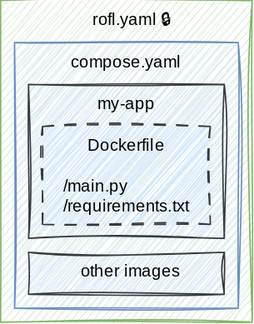
oasisprotocol/oasis-sdk keeps this draw.io diagram as docs/rofl/images/rofl-compose-app-wrap.svg. Above is the earlier version. Source tidied: cells renumbered, new cells last; positions are measured from the earlier drawing's top-left corner, leaving out a move shared by most shapes. The source it was exported from:
```xml
<mxGraphModel>
  <root>
    <mxCell id="0" />
    <mxCell id="1" parent="0" />
    <mxCell id="2" value="&amp;nbsp; &amp;nbsp;rofl.yaml 🔒" style="rounded=0;whiteSpace=wrap;html=1;verticalAlign=top;fillColor=#d5e8d4;strokeColor=#82b366;sketch=1;curveFitting=1;jiggle=2;fontFamily=Architects Daughter;fontSource=https%3A%2F%2Ffonts.googleapis.com%2Fcss%3Ffamily%3DArchitects%2BDaughter;" parent="1" vertex="1">
      <mxGeometry width="180" height="230" as="geometry" />
    </mxCell>
    <mxCell id="3" value="compose.yaml" style="rounded=0;whiteSpace=wrap;html=1;verticalAlign=top;fillColor=#dae8fc;strokeColor=#6c8ebf;sketch=1;curveFitting=1;jiggle=2;fontFamily=Architects Daughter;fontSource=https%3A%2F%2Ffonts.googleapis.com%2Fcss%3Ffamily%3DArchitects%2BDaughter;" parent="1" vertex="1">
      <mxGeometry x="10" y="30" width="160" height="190" as="geometry" />
    </mxCell>
    <mxCell id="4" value="my-app" style="rounded=0;whiteSpace=wrap;html=1;verticalAlign=top;fillColor=#cce5ff;strokeColor=#36393d;sketch=1;curveFitting=1;jiggle=2;fontFamily=Architects Daughter;fontSource=https%3A%2F%2Ffonts.googleapis.com%2Fcss%3Ffamily%3DArchitects%2BDaughter;" parent="1" vertex="1">
      <mxGeometry x="20" y="60" width="140" height="110" as="geometry" />
    </mxCell>
    <mxCell id="5" value="&amp;nbsp; other images" style="rounded=0;whiteSpace=wrap;html=1;verticalAlign=top;fillColor=#cce5ff;strokeColor=#36393d;sketch=1;curveFitting=1;jiggle=2;fontFamily=Architects Daughter;fontSource=https%3A%2F%2Ffonts.googleapis.com%2Fcss%3Ffamily%3DArchitects%2BDaughter;" parent="1" vertex="1">
      <mxGeometry x="20" y="180" width="140" height="30" as="geometry" />
    </mxCell>
    <mxCell id="6" value="&lt;div align=&quot;center&quot;&gt;Dockerfile&lt;/div&gt;&lt;div align=&quot;center&quot;&gt;&lt;br&gt;&lt;/div&gt;&lt;div align=&quot;left&quot;&gt;/main.py&lt;/div&gt;&lt;div align=&quot;left&quot;&gt;/requirements.txt&lt;/div&gt;" style="rounded=0;whiteSpace=wrap;html=1;fillColor=#cce5ff;strokeColor=#36393d;verticalAlign=middle;dashed=1;dashPattern=8 8;sketch=1;curveFitting=1;jiggle=2;fontFamily=Architects Daughter;fontSource=https%3A%2F%2Ffonts.googleapis.com%2Fcss%3Ffamily%3DArchitects%2BDaughter;" parent="1" vertex="1">
      <mxGeometry x="30" y="90" width="120" height="70" as="geometry" />
    </mxCell>
  </root>
</mxGraphModel>
```
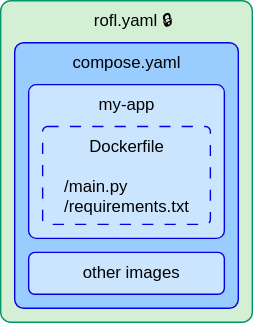
Later version of the same file.

Commit message:
Add new rofl diagrams styling

The edit, as a diff of the source:
```diff
@@ -2,19 +2,19 @@
   <root>
     <mxCell id="0" />
     <mxCell id="1" parent="0" />
-    <mxCell id="2" value="&amp;nbsp; &amp;nbsp;rofl.yaml 🔒" style="rounded=0;whiteSpace=wrap;html=1;verticalAlign=top;fillColor=#d5e8d4;strokeColor=#82b366;sketch=1;curveFitting=1;jiggle=2;fontFamily=Architects Daughter;fontSource=https%3A%2F%2Ffonts.googleapis.com%2Fcss%3Ffamily%3DArchitects%2BDaughter;" parent="1" vertex="1">
+    <mxCell id="2" value="&lt;font&gt;&amp;nbsp; &amp;nbsp;rofl.yaml 🔒&lt;/font&gt;" style="rounded=1;whiteSpace=wrap;html=1;verticalAlign=top;fillColor=light-dark(#D3F0D5,#063F16);strokeColor=light-dark(#069668,#34D399);fontFamily=Tahoma, Verdana, Segoe, sans-serif;arcSize=4;" parent="1" vertex="1">
       <mxGeometry width="180" height="230" as="geometry" />
     </mxCell>
-    <mxCell id="3" value="compose.yaml" style="rounded=0;whiteSpace=wrap;html=1;verticalAlign=top;fillColor=#dae8fc;strokeColor=#6c8ebf;sketch=1;curveFitting=1;jiggle=2;fontFamily=Architects Daughter;fontSource=https%3A%2F%2Ffonts.googleapis.com%2Fcss%3Ffamily%3DArchitects%2BDaughter;" parent="1" vertex="1">
+    <mxCell id="3" value="&lt;font&gt;compose.yaml&lt;/font&gt;" style="rounded=1;whiteSpace=wrap;html=1;verticalAlign=top;fillColor=light-dark(#99CCFF,#003333);strokeColor=light-dark(#0500E1,#03FFFF);fontFamily=Tahoma, Verdana, Segoe, sans-serif;arcSize=4;" parent="1" vertex="1">
       <mxGeometry x="10" y="30" width="160" height="190" as="geometry" />
     </mxCell>
-    <mxCell id="4" value="my-app" style="rounded=0;whiteSpace=wrap;html=1;verticalAlign=top;fillColor=#cce5ff;strokeColor=#36393d;sketch=1;curveFitting=1;jiggle=2;fontFamily=Architects Daughter;fontSource=https%3A%2F%2Ffonts.googleapis.com%2Fcss%3Ffamily%3DArchitects%2BDaughter;" parent="1" vertex="1">
+    <mxCell id="4" value="&lt;font&gt;my-app&lt;/font&gt;" style="rounded=1;whiteSpace=wrap;html=1;verticalAlign=top;fillColor=#cce5ff;strokeColor=light-dark(#0500E1,#03FFFF);fontFamily=Tahoma, Verdana, Segoe, sans-serif;arcSize=5;" parent="1" vertex="1">
       <mxGeometry x="20" y="60" width="140" height="110" as="geometry" />
     </mxCell>
-    <mxCell id="5" value="&amp;nbsp; other images" style="rounded=0;whiteSpace=wrap;html=1;verticalAlign=top;fillColor=#cce5ff;strokeColor=#36393d;sketch=1;curveFitting=1;jiggle=2;fontFamily=Architects Daughter;fontSource=https%3A%2F%2Ffonts.googleapis.com%2Fcss%3Ffamily%3DArchitects%2BDaughter;" parent="1" vertex="1">
+    <mxCell id="5" value="&lt;font&gt;&amp;nbsp; other images&lt;/font&gt;" style="rounded=1;whiteSpace=wrap;html=1;verticalAlign=top;fillColor=#cce5ff;strokeColor=light-dark(#0500E1,#03FFFF);fontFamily=Tahoma, Verdana, Segoe, sans-serif;arcSize=15;" parent="1" vertex="1">
       <mxGeometry x="20" y="180" width="140" height="30" as="geometry" />
     </mxCell>
-    <mxCell id="6" value="&lt;div align=&quot;center&quot;&gt;Dockerfile&lt;/div&gt;&lt;div align=&quot;center&quot;&gt;&lt;br&gt;&lt;/div&gt;&lt;div align=&quot;left&quot;&gt;/main.py&lt;/div&gt;&lt;div align=&quot;left&quot;&gt;/requirements.txt&lt;/div&gt;" style="rounded=0;whiteSpace=wrap;html=1;fillColor=#cce5ff;strokeColor=#36393d;verticalAlign=middle;dashed=1;dashPattern=8 8;sketch=1;curveFitting=1;jiggle=2;fontFamily=Architects Daughter;fontSource=https%3A%2F%2Ffonts.googleapis.com%2Fcss%3Ffamily%3DArchitects%2BDaughter;" parent="1" vertex="1">
+    <mxCell id="6" value="&lt;div align=&quot;center&quot;&gt;&lt;font&gt;Dockerfile&lt;/font&gt;&lt;/div&gt;&lt;div align=&quot;center&quot;&gt;&lt;font&gt;&lt;br&gt;&lt;/font&gt;&lt;/div&gt;&lt;div align=&quot;left&quot;&gt;&lt;font&gt;/main.py&lt;/font&gt;&lt;/div&gt;&lt;div align=&quot;left&quot;&gt;&lt;font&gt;/requirements.txt&lt;/font&gt;&lt;/div&gt;" style="rounded=1;whiteSpace=wrap;html=1;fillColor=#cce5ff;strokeColor=light-dark(#0500E1,#03FFFF);verticalAlign=middle;dashed=1;dashPattern=8 8;fontFamily=Tahoma, Verdana, Segoe, sans-serif;arcSize=5;" parent="1" vertex="1">
       <mxGeometry x="30" y="90" width="120" height="70" as="geometry" />
     </mxCell>
   </root>
```
